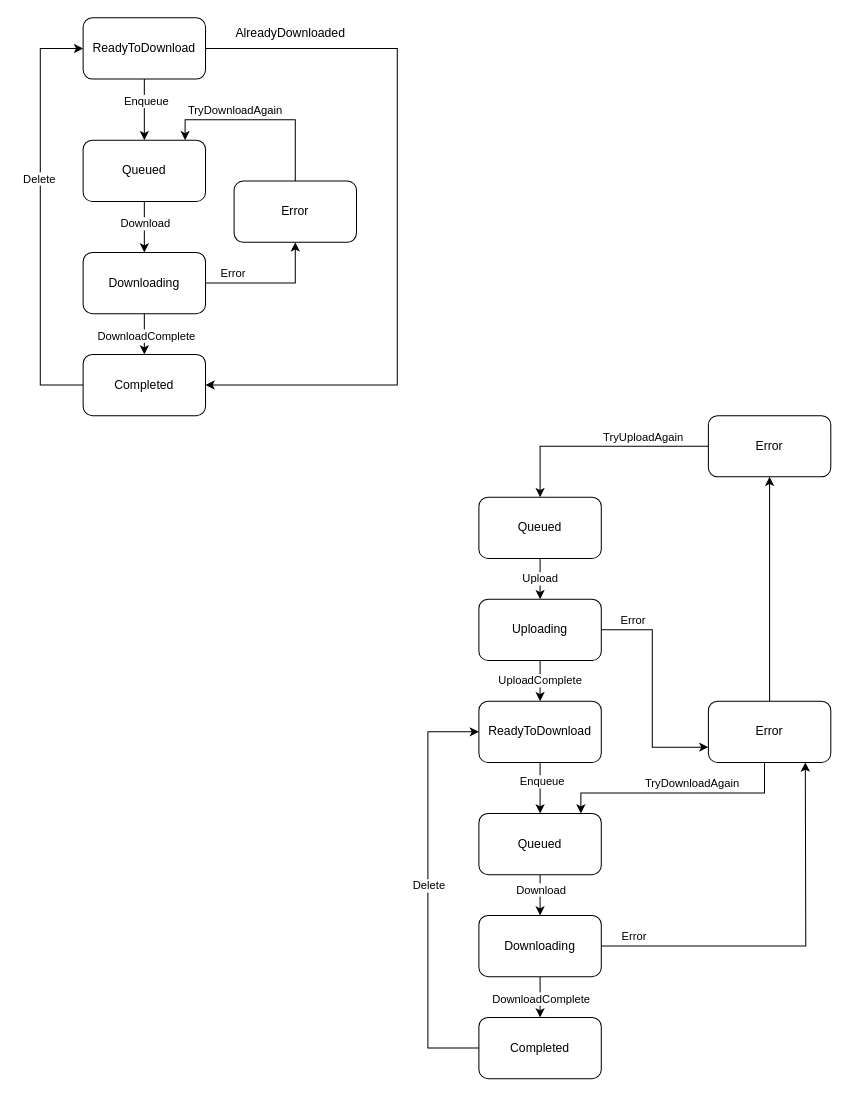
Earlier version of the draw.io diagram FileTransferStates.drawio (loginovao/Diagrams). Source tidied: cells renumbered, new cells numbered last; positions are measured from the earlier drawing's top-left corner, leaving out a move shared by most shapes. Both pictures are drawn from the tidied source at 102%, with x=0, y=0 at pixel (40, 17).
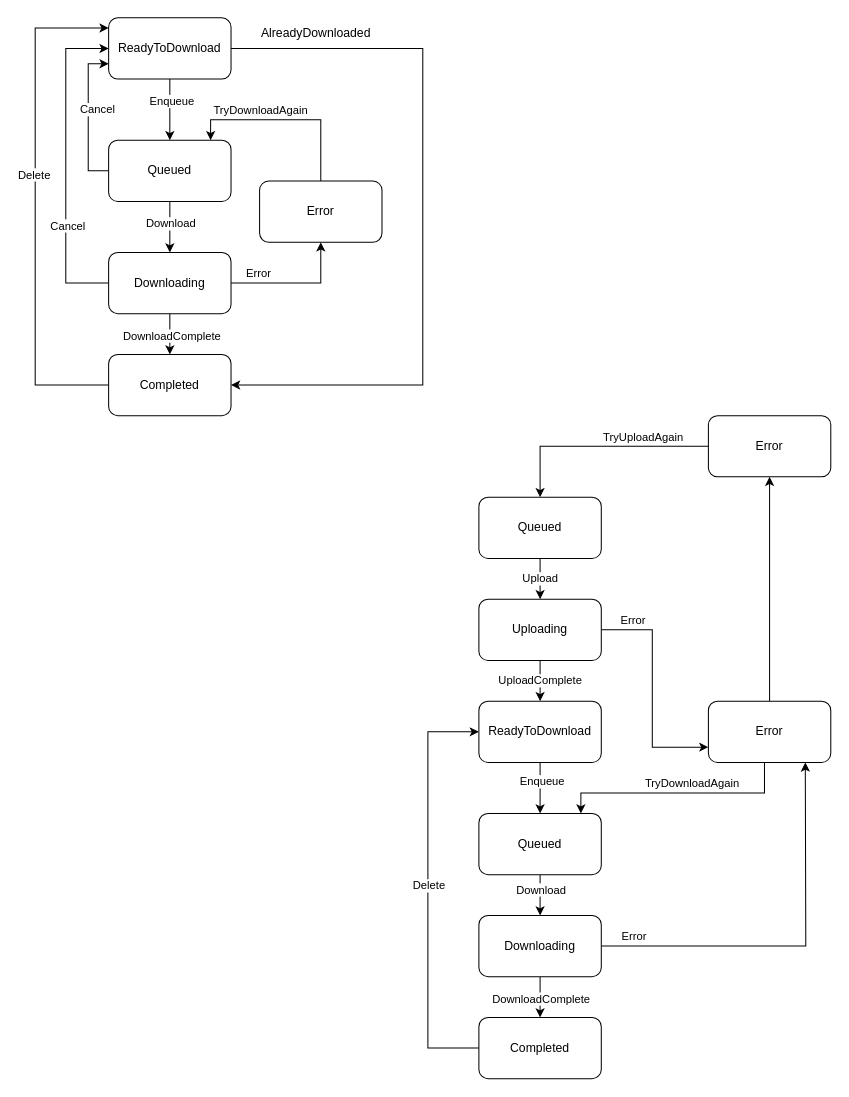
The same page after the edit.

The edit, as a diff of the source:
```diff
@@
     <mxCell id="5" style="edgeStyle=orthogonalEdgeStyle;rounded=0;jettySize=auto;html=1;exitX=1;exitY=0.5;exitDx=0;exitDy=0;entryX=1;entryY=0.5;entryDx=0;entryDy=0;" parent="2" edge="1" source="6" target="17">
       <mxGeometry relative="1" as="geometry">
         <Array as="points">
-          <mxPoint x="350" y="30" />
-          <mxPoint x="350" y="360" />
+          <mxPoint x="375" y="30" />
+          <mxPoint x="375" y="360" />
         </Array>
       </mxGeometry>
     </mxCell>
     <mxCell id="6" value="ReadyToDownload" style="rounded=1;whiteSpace=wrap;html=1;" parent="2" vertex="1">
-      <mxGeometry x="42" width="120" height="60" as="geometry" />
+      <mxGeometry x="67" width="120" height="60" as="geometry" />
     </mxCell>
@@
     <mxCell id="9" value="Queued" style="rounded=1;whiteSpace=wrap;html=1;" parent="2" vertex="1">
-      <mxGeometry x="42" y="120" width="120" height="60" as="geometry" />
+      <mxGeometry x="67" y="120" width="120" height="60" as="geometry" />
     </mxCell>
@@
     <mxCell id="14" value="Downloading" style="rounded=1;whiteSpace=wrap;html=1;" parent="2" vertex="1">
-      <mxGeometry x="42" y="230" width="120" height="60" as="geometry" />
+      <mxGeometry x="67" y="230" width="120" height="60" as="geometry" />
     </mxCell>
-    <mxCell id="15" style="edgeStyle=orthogonalEdgeStyle;rounded=0;jettySize=auto;html=1;exitX=0;exitY=0.5;exitDx=0;exitDy=0;entryX=0;entryY=0.5;entryDx=0;entryDy=0;" parent="2" edge="1" source="17" target="6">
+    <mxCell id="15" style="edgeStyle=orthogonalEdgeStyle;rounded=0;jettySize=auto;html=1;exitX=0;exitY=0.5;exitDx=0;exitDy=0;" parent="2" edge="1" source="17">
       <mxGeometry relative="1" as="geometry">
+        <mxPoint x="67" y="10" as="targetPoint" />
         <Array as="points">
-          <mxPoint y="360" />
-          <mxPoint y="30" />
+          <mxPoint x="-5" y="360" />
+          <mxPoint x="-5" y="10" />
+          <mxPoint x="67" y="10" />
         </Array>
       </mxGeometry>
     </mxCell>
@@
     <mxCell id="17" value="Completed" style="rounded=1;whiteSpace=wrap;html=1;" parent="2" vertex="1">
-      <mxGeometry x="42" y="330" width="120" height="60" as="geometry" />
+      <mxGeometry x="67" y="330" width="120" height="60" as="geometry" />
     </mxCell>
     <mxCell id="18" style="edgeStyle=orthogonalEdgeStyle;rounded=0;jettySize=auto;html=1;entryX=0.833;entryY=0;entryDx=0;entryDy=0;entryPerimeter=0;exitX=0.5;exitY=0;exitDx=0;exitDy=0;" parent="2" edge="1" source="20" target="9">
       <mxGeometry relative="1" as="geometry">
         <Array as="points">
-          <mxPoint x="250" y="100" />
-          <mxPoint x="142" y="100" />
+          <mxPoint x="275" y="100" />
+          <mxPoint x="167" y="100" />
         </Array>
       </mxGeometry>
     </mxCell>
@@
     <mxCell id="20" value="Error" style="rounded=1;whiteSpace=wrap;html=1;" parent="2" vertex="1">
-      <mxGeometry x="190" y="160" width="120" height="60" as="geometry" />
+      <mxGeometry x="215" y="160" width="120" height="60" as="geometry" />
     </mxCell>
@@
     <mxCell id="49" value="AlreadyDownloaded" style="text;html=1;align=center;verticalAlign=middle;strokeColor=none;fillColor=none;" parent="21" vertex="1">
-      <mxGeometry x="180" width="130" height="30" as="geometry" />
+      <mxGeometry x="205" width="130" height="30" as="geometry" />
     </mxCell>
+    <mxCell id="50" style="edgeStyle=orthogonalEdgeStyle;rounded=0;jettySize=auto;html=1;entryX=0;entryY=0.75;entryDx=0;entryDy=0;exitX=0;exitY=0.5;exitDx=0;exitDy=0;" parent="21" edge="1" source="9" target="6">
+      <mxGeometry relative="1" as="geometry" />
+    </mxCell>
+    <mxCell id="51" value="Cancel" style="edgeLabel;html=1;align=center;verticalAlign=middle;" parent="50" vertex="1">
+      <mxGeometry x="-0.15" y="1" relative="1" as="geometry">
+        <mxPoint x="9" y="-19" as="offset" />
+      </mxGeometry>
+    </mxCell>
+    <mxCell id="52" style="edgeStyle=orthogonalEdgeStyle;rounded=0;jettySize=auto;html=1;entryX=0;entryY=0.5;entryDx=0;entryDy=0;exitX=0;exitY=0.5;exitDx=0;exitDy=0;" parent="21" edge="1" source="14" target="6">
+      <mxGeometry relative="1" as="geometry">
+        <Array as="points">
+          <mxPoint x="25" y="260" />
+          <mxPoint x="25" y="30" />
+        </Array>
+      </mxGeometry>
+    </mxCell>
+    <mxCell id="53" value="Cancel" style="edgeLabel;html=1;align=center;verticalAlign=middle;" parent="52" vertex="1">
+      <mxGeometry x="-0.37" y="-1" relative="1" as="geometry" />
+    </mxCell>
```
